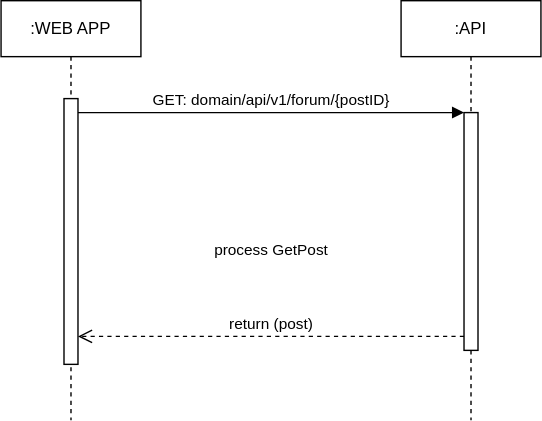
StudyConnect-ZHAW/StudyConnect keeps this draw.io diagram as image/systemdiagram_sequenzdiagram/GetPost.svg. Above is the earlier version. Source tidied: cells renumbered, new cells last; positions are measured from the earlier drawing's top-left corner, leaving out a move shared by most shapes.
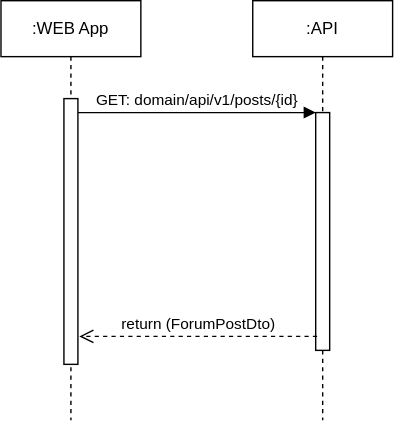
After the commit.

What changed in the source:
```diff
@@ -2,10 +2,10 @@
   <root>
     <mxCell id="0" />
     <mxCell id="1" parent="0" />
-    <mxCell id="2" value=":WEB APP" style="shape=umlLifeline;perimeter=lifelinePerimeter;whiteSpace=wrap;html=1;newEdgeStyle={&quot;edgeStyle&quot;:&quot;elbowEdgeStyle&quot;,&quot;elbow&quot;:&quot;vertical&quot;,&quot;curved&quot;:0,&quot;rounded&quot;:0};" parent="1" vertex="1">
-      <mxGeometry width="100" height="300" as="geometry" />
-    </mxCell>
+    <mxCell id="8" value=":WEB App" style="shape=umlLifeline;perimeter=lifelinePerimeter;whiteSpace=wrap;html=1;newEdgeStyle={&quot;edgeStyle&quot;:&quot;elbowEdgeStyle&quot;,&quot;elbow&quot;:&quot;vertical&quot;,&quot;curved&quot;:0,&quot;rounded&quot;:0};" parent="1" vertex="1">
+      <mxGeometry x="106" width="100" height="300" as="geometry" />
+    </mxCell>
-    <mxCell id="3" style="html=1;points=[];perimeter=orthogonalPerimeter;outlineConnect=0;targetShapes=umlLifeline;portConstraint=eastwest;newEdgeStyle={&quot;edgeStyle&quot;:&quot;elbowEdgeStyle&quot;,&quot;elbow&quot;:&quot;vertical&quot;,&quot;curved&quot;:0,&quot;rounded&quot;:0};" parent="2" vertex="1">
+    <mxCell id="3" style="html=1;points=[];perimeter=orthogonalPerimeter;outlineConnect=0;targetShapes=umlLifeline;portConstraint=eastwest;newEdgeStyle={&quot;edgeStyle&quot;:&quot;elbowEdgeStyle&quot;,&quot;elbow&quot;:&quot;vertical&quot;,&quot;curved&quot;:0,&quot;rounded&quot;:0};" parent="8" vertex="1">
       <mxGeometry x="45" y="70" width="10" height="190" as="geometry" />
     </mxCell>
     <mxCell id="4" value=":API" style="shape=umlLifeline;perimeter=lifelinePerimeter;whiteSpace=wrap;html=1;newEdgeStyle={&quot;edgeStyle&quot;:&quot;elbowEdgeStyle&quot;,&quot;elbow&quot;:&quot;vertical&quot;,&quot;curved&quot;:0,&quot;rounded&quot;:0};" parent="1" vertex="1">
@@ -14,19 +14,21 @@
     <mxCell id="5" style="html=1;points=[];perimeter=orthogonalPerimeter;outlineConnect=0;targetShapes=umlLifeline;portConstraint=eastwest;newEdgeStyle={&quot;edgeStyle&quot;:&quot;elbowEdgeStyle&quot;,&quot;elbow&quot;:&quot;vertical&quot;,&quot;curved&quot;:0,&quot;rounded&quot;:0};" parent="4" vertex="1">
       <mxGeometry x="45" y="80" width="10" height="170" as="geometry" />
     </mxCell>
-    <mxCell id="6" value="GET: domain/api/v1/forum/{postID}" style="html=1;verticalAlign=bottom;endArrow=block;edgeStyle=elbowEdgeStyle;elbow=horizontal;curved=0;rounded=0;" parent="1" edge="1" source="3" target="5">
+    <mxCell id="6" value="GET: domain/api/v1/posts/{id}" style="html=1;verticalAlign=bottom;endArrow=block;edgeStyle=elbowEdgeStyle;elbow=vertical;curved=0;rounded=0;" parent="1" edge="1" source="3" target="5">
       <mxGeometry relative="1" as="geometry">
         <Array as="points">
-          <mxPoint x="141" y="80" />
+          <mxPoint x="246" y="80" />
         </Array>
       </mxGeometry>
     </mxCell>
-    <mxCell id="7" value="&lt;div&gt;process GetPost&lt;/div&gt;&lt;div&gt;&lt;br&gt;&lt;/div&gt;&lt;div&gt;&lt;br&gt;&lt;/div&gt;&lt;div&gt;&lt;br&gt;&lt;/div&gt;return (post)" style="html=1;verticalAlign=bottom;endArrow=open;dashed=1;endSize=8;edgeStyle=elbowEdgeStyle;elbow=vertical;curved=0;rounded=0;" parent="1" edge="1" source="5" target="3">
-      <mxGeometry relative="1" as="geometry">
-        <Array as="points">
-          <mxPoint x="151" y="240" />
-        </Array>
-      </mxGeometry>
-    </mxCell>
+    <mxCell id="9" value="return (ForumPostDto)" style="html=1;verticalAlign=bottom;endArrow=open;dashed=1;endSize=8;edgeStyle=elbowEdgeStyle;elbow=vertical;curved=0;rounded=0;" parent="1" edge="1">
+      <mxGeometry relative="1" as="geometry">
+        <mxPoint x="332" y="240" as="sourcePoint" />
+        <mxPoint x="162" y="240" as="targetPoint" />
+        <Array as="points">
+          <mxPoint x="257" y="240" />
+        </Array>
+      </mxGeometry>
+    </mxCell>
   </root>
 </mxGraphModel>
```
